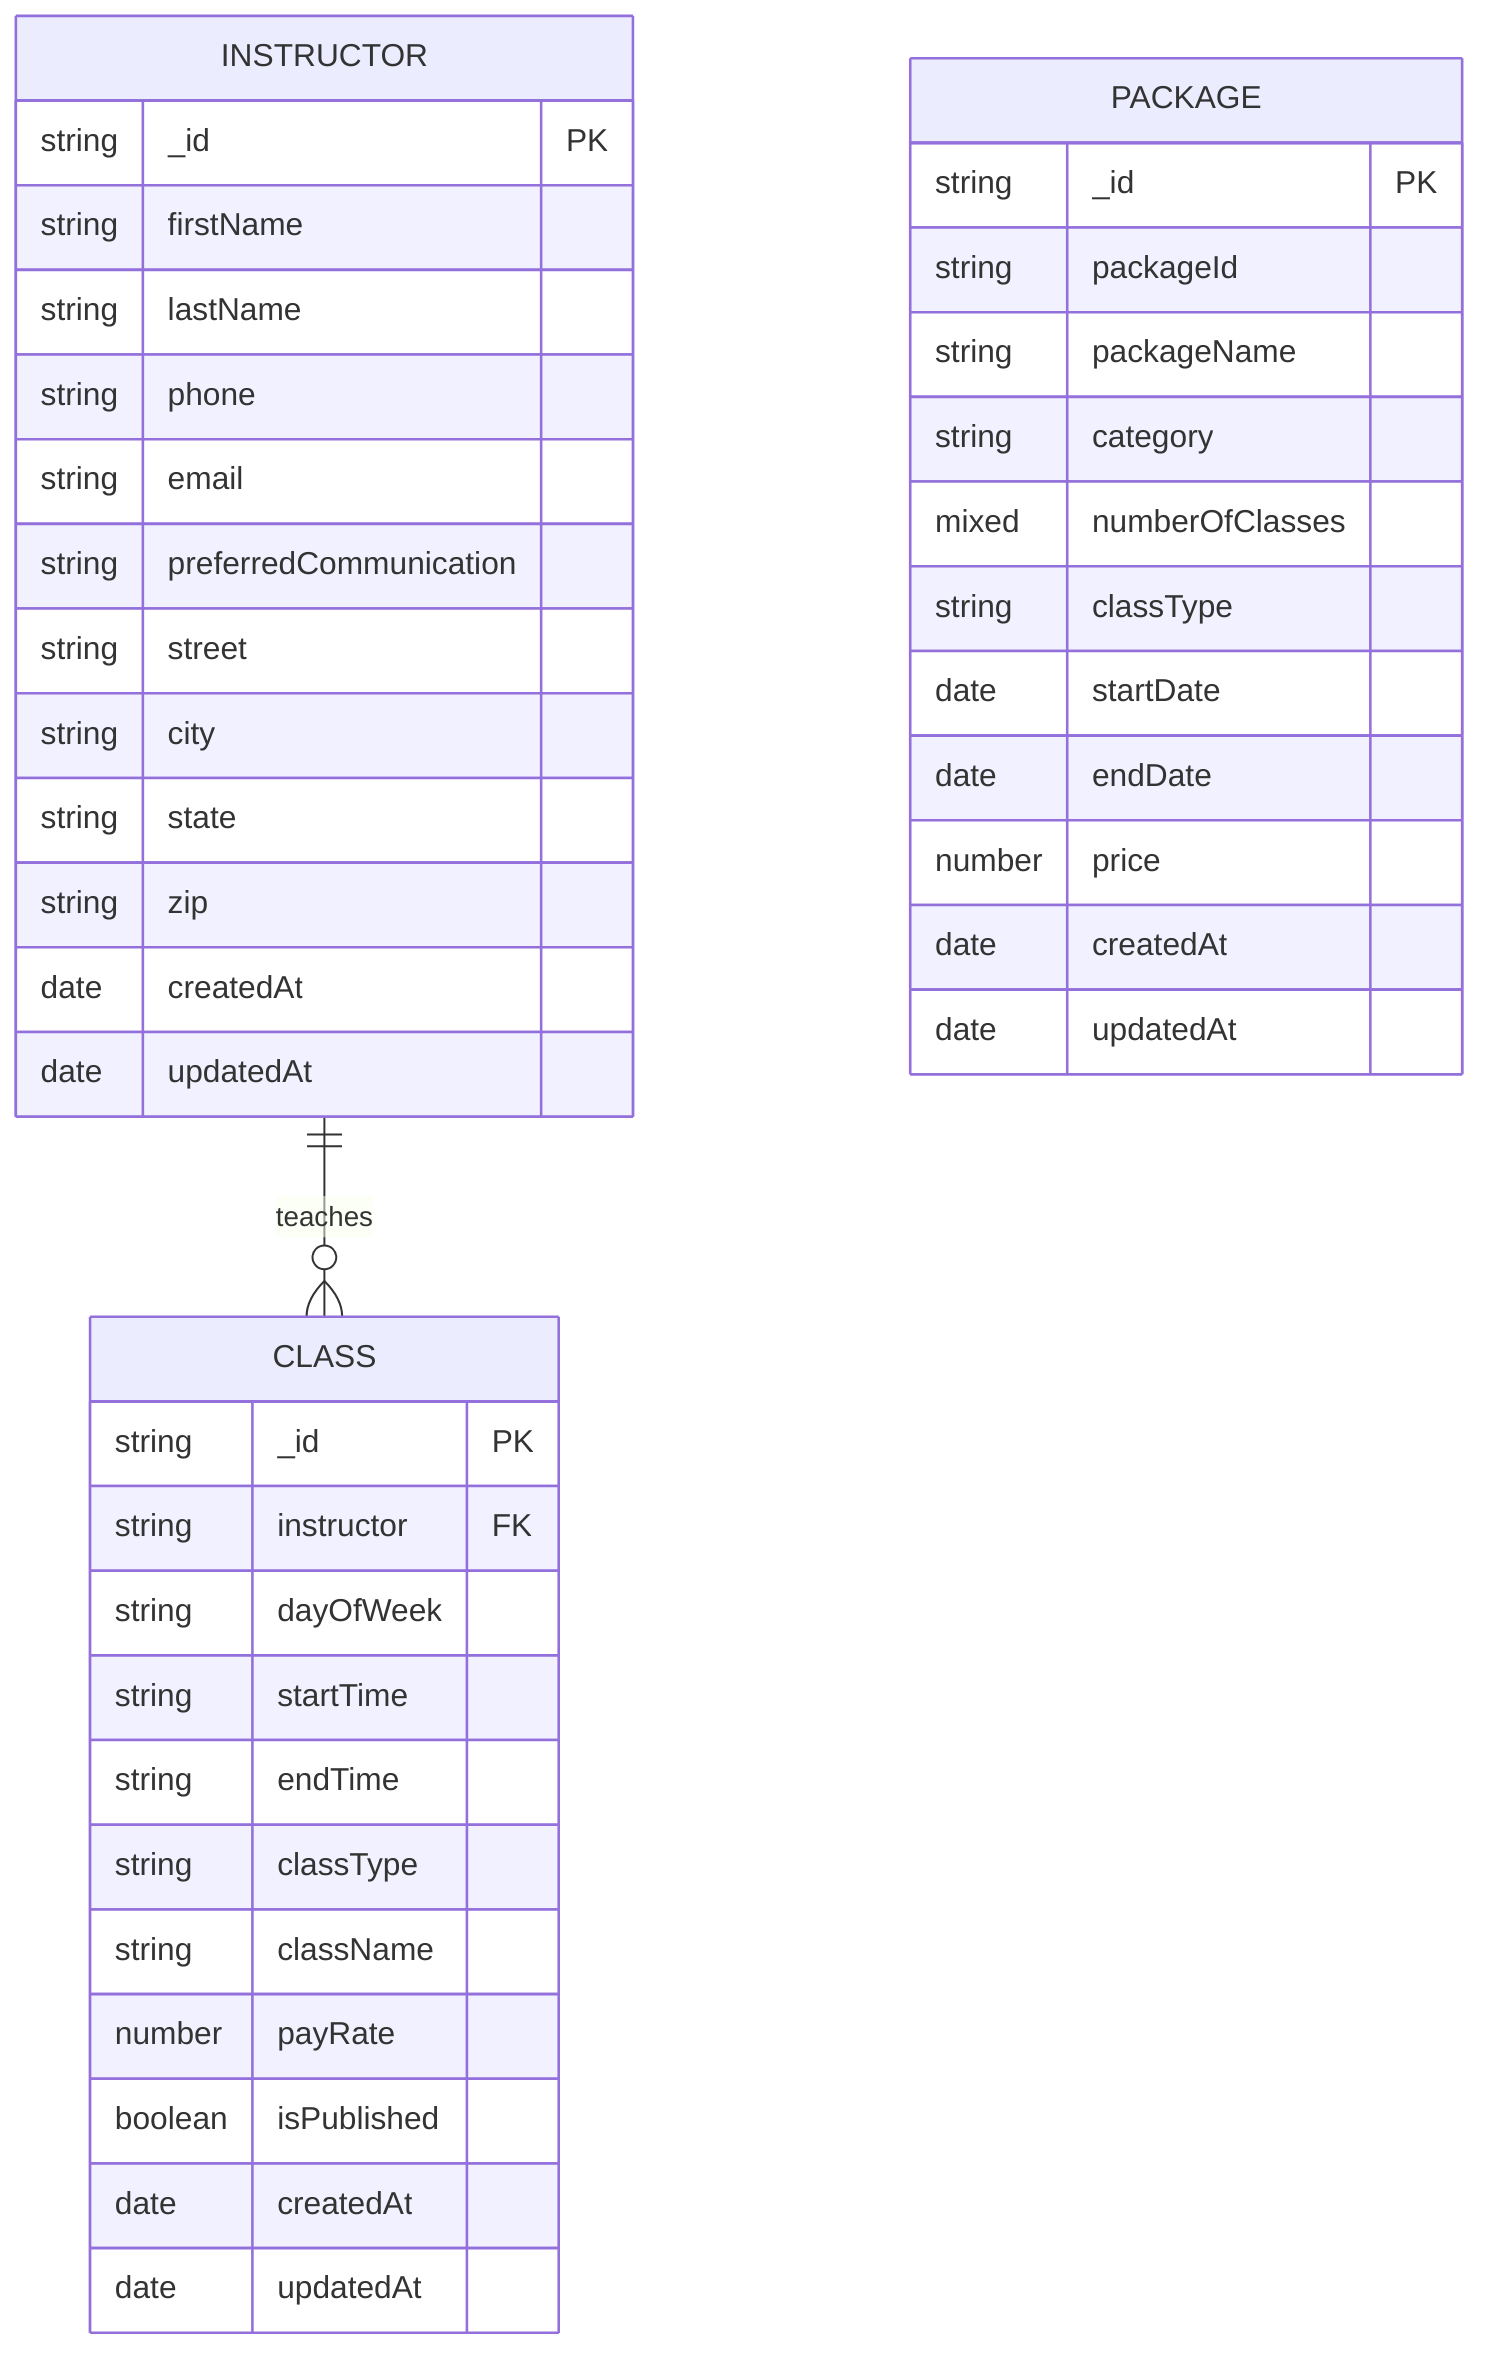
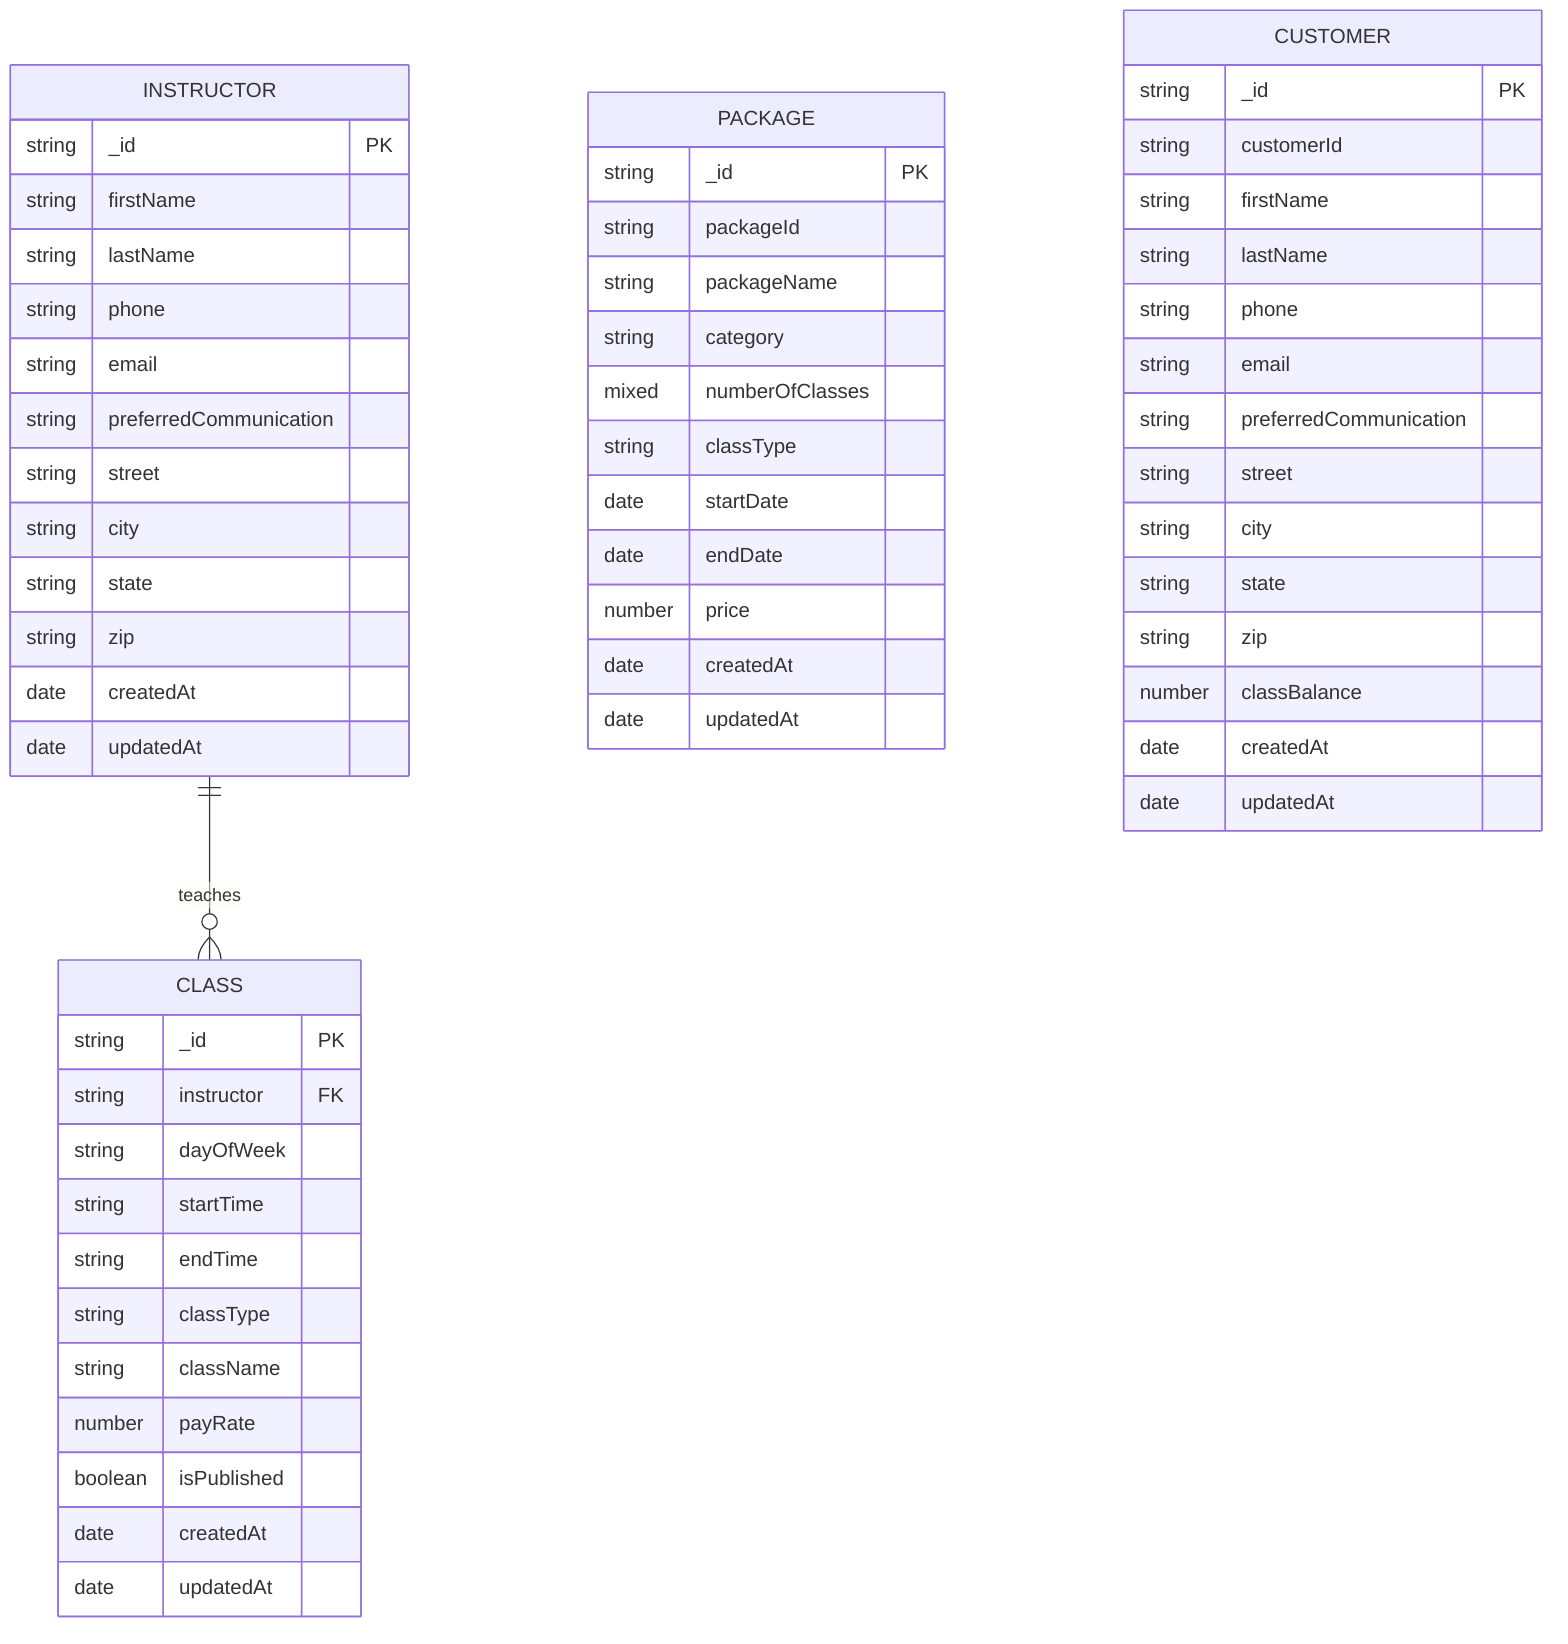
erDiagram
    INSTRUCTOR {
        string _id PK
        string firstName
        string lastName
        string phone
        string email
        string preferredCommunication
        string street
        string city
        string state
        string zip
        date createdAt
        date updatedAt
    }

    "CLASS" {
        string _id PK
        string instructor FK
        string dayOfWeek
        string startTime
        string endTime
        string classType
        string className
        number payRate
        boolean isPublished
        date createdAt
        date updatedAt
    }

    PACKAGE {
        string _id PK
        string packageId
        string packageName
        string category
        mixed numberOfClasses
        string classType
        date startDate
        date endDate
        number price
        date createdAt
        date updatedAt
    }

+     CUSTOMER {
+         string _id PK
+         string customerId
+         string firstName
+         string lastName
+         string phone
+         string email
+         string preferredCommunication
+         string street
+         string city
+         string state
+         string zip
+         number classBalance
+         date createdAt
+         date updatedAt
+     }
+ 
    INSTRUCTOR ||--o{ "CLASS" : teaches